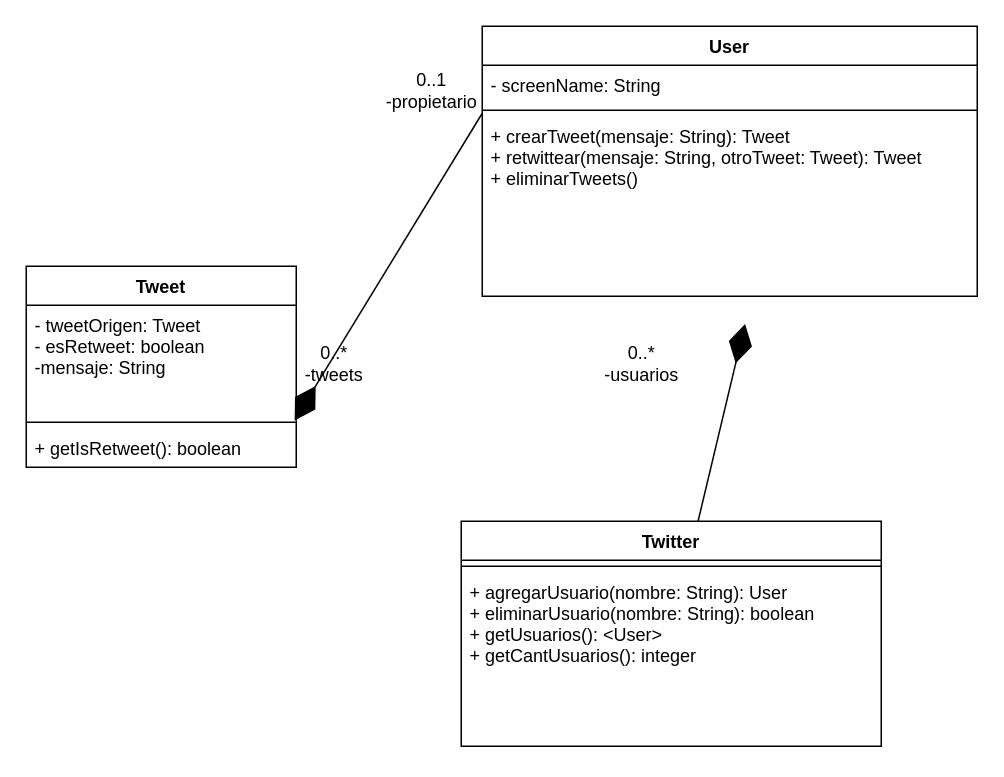
Earlier version of the draw.io diagram Prácticas re-hechas para parcial/practica1_1.drawio (ssofiaavila/OO2--Informatica-UNLP). Source tidied: cells renumbered, new cells numbered last; positions are measured from the earlier drawing's top-left corner, leaving out a move shared by most shapes. Both pictures are drawn from the tidied source at 150%, with x=0, y=0 at pixel (26, 26).
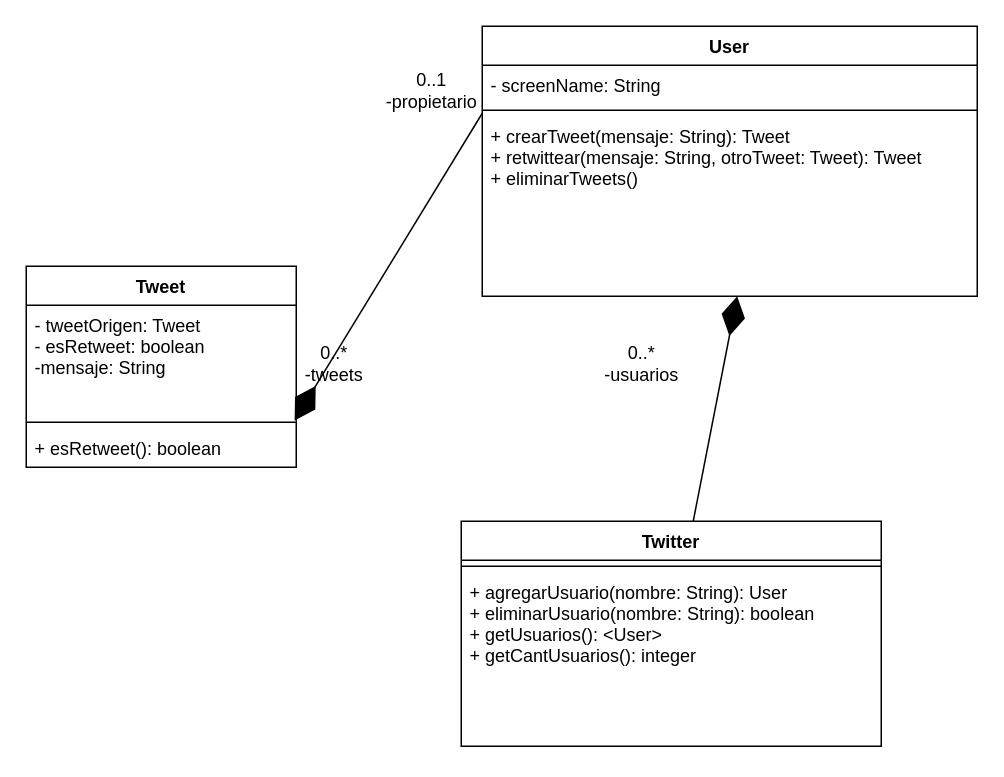
After the change.

What changed in the source:
```diff
@@
 <mxGraphModel>
   <root>
     <mxCell id="0" />
     <mxCell id="1" parent="0" />
     <mxCell id="2" value="User&#10;" style="swimlane;fontStyle=1;align=center;verticalAlign=top;horizontal=1;startSize=26;" parent="1" vertex="1">
       <mxGeometry x="304" width="330" height="180" as="geometry" />
     </mxCell>
     <mxCell id="3" value="- screenName: String" style="text;strokeColor=none;fillColor=none;align=left;verticalAlign=top;spacingLeft=4;spacingRight=4;overflow=hidden;points=[[0,0.5],[1,0.5]];portConstraint=eastwest;" parent="2" vertex="1">
       <mxGeometry y="26" width="330" height="26" as="geometry" />
     </mxCell>
     <mxCell id="4" style="line;strokeWidth=1;fillColor=none;align=left;verticalAlign=middle;spacingTop=-1;spacingLeft=3;spacingRight=3;labelPosition=right;" parent="2" vertex="1">
       <mxGeometry y="52" width="330" height="8" as="geometry" />
     </mxCell>
     <mxCell id="5" value="+ crearTweet(mensaje: String): Tweet&#10;+ retwittear(mensaje: String, otroTweet: Tweet): Tweet&#10;+ eliminarTweets()&#10;" style="text;strokeColor=none;fillColor=none;align=left;verticalAlign=top;spacingLeft=4;spacingRight=4;overflow=hidden;points=[[0,0.5],[1,0.5]];portConstraint=eastwest;" parent="2" vertex="1">
       <mxGeometry y="60" width="330" height="120" as="geometry" />
     </mxCell>
     <mxCell id="6" value="Tweet" style="swimlane;fontStyle=1;align=center;verticalAlign=top;horizontal=1;startSize=26;" parent="1" vertex="1">
       <mxGeometry y="160" width="180" height="134" as="geometry" />
     </mxCell>
     <mxCell id="7" value="- tweetOrigen: Tweet&#10;- esRetweet: boolean&#10;-mensaje: String&#10;" style="text;strokeColor=none;fillColor=none;align=left;verticalAlign=top;spacingLeft=4;spacingRight=4;overflow=hidden;points=[[0,0.5],[1,0.5]];portConstraint=eastwest;" parent="6" vertex="1">
       <mxGeometry y="26" width="180" height="74" as="geometry" />
     </mxCell>
     <mxCell id="8" style="line;strokeWidth=1;fillColor=none;align=left;verticalAlign=middle;spacingTop=-1;spacingLeft=3;spacingRight=3;labelPosition=right;" parent="6" vertex="1">
       <mxGeometry y="100" width="180" height="8" as="geometry" />
     </mxCell>
-    <mxCell id="9" value="+ getIsRetweet(): boolean" style="text;strokeColor=none;fillColor=none;align=left;verticalAlign=top;spacingLeft=4;spacingRight=4;overflow=hidden;" parent="6" vertex="1">
+    <mxCell id="9" value="+ esRetweet(): boolean" style="text;strokeColor=none;fillColor=none;align=left;verticalAlign=top;spacingLeft=4;spacingRight=4;overflow=hidden;" parent="6" vertex="1">
       <mxGeometry y="108" width="180" height="26" as="geometry" />
     </mxCell>
     <mxCell id="10" style="endArrow=diamondThin;endFill=1;endSize=24;html=1;rounded=0;entryX=0.994;entryY=1.038;entryDx=0;entryDy=0;entryPerimeter=0;exitX=0;exitY=1.231;exitDx=0;exitDy=0;exitPerimeter=0;" parent="1" edge="1" source="3" target="7">
       <mxGeometry relative="1" as="geometry" />
     </mxCell>
     <mxCell id="11" value="0..*&lt;br&gt;-tweets" style="text;html=1;align=center;verticalAlign=middle;strokeColor=none;fillColor=none;" parent="1" vertex="1">
       <mxGeometry x="180" y="210" width="50" height="30" as="geometry" />
     </mxCell>
     <mxCell id="12" value="Twitter" style="swimlane;fontStyle=1;align=center;verticalAlign=top;horizontal=1;startSize=26;" parent="1" vertex="1">
       <mxGeometry x="290" y="330" width="280" height="150" as="geometry" />
     </mxCell>
     <mxCell id="13" style="line;strokeWidth=1;fillColor=none;align=left;verticalAlign=middle;spacingTop=-1;spacingLeft=3;spacingRight=3;labelPosition=right;" parent="12" vertex="1">
       <mxGeometry y="26" width="280" height="8" as="geometry" />
     </mxCell>
     <mxCell id="14" value="+ agregarUsuario(nombre: String): User&#10;+ eliminarUsuario(nombre: String): boolean&#10;+ getUsuarios(): &lt;User&gt; &#10;+ getCantUsuarios(): integer&#10;" style="text;strokeColor=none;fillColor=none;align=left;verticalAlign=top;spacingLeft=4;spacingRight=4;overflow=hidden;" parent="12" vertex="1">
       <mxGeometry y="34" width="280" height="116" as="geometry" />
     </mxCell>
-    <mxCell id="15" style="endArrow=diamondThin;endFill=1;endSize=24;html=1;rounded=0;entryX=0.531;entryY=1.154;entryDx=0;entryDy=0;entryPerimeter=0;" parent="1" edge="1" source="12" target="5">
+    <mxCell id="15" style="endArrow=diamondThin;endFill=1;endSize=24;html=1;rounded=0;entryX=0.515;entryY=1;entryDx=0;entryDy=0;entryPerimeter=0;" parent="1" edge="1" source="12" target="5">
       <mxGeometry relative="1" as="geometry" />
     </mxCell>
     <mxCell id="16" value="0..*&lt;br&gt;-usuarios" style="text;html=1;align=center;verticalAlign=middle;strokeColor=none;fillColor=none;" parent="1" vertex="1">
       <mxGeometry x="380" y="210" width="60" height="30" as="geometry" />
     </mxCell>
     <mxCell id="17" value="0..1&lt;br&gt;-propietario" style="text;html=1;align=center;verticalAlign=middle;strokeColor=none;fillColor=none;" parent="1" vertex="1">
       <mxGeometry x="230" y="28" width="80" height="30" as="geometry" />
     </mxCell>
   </root>
 </mxGraphModel>
```
